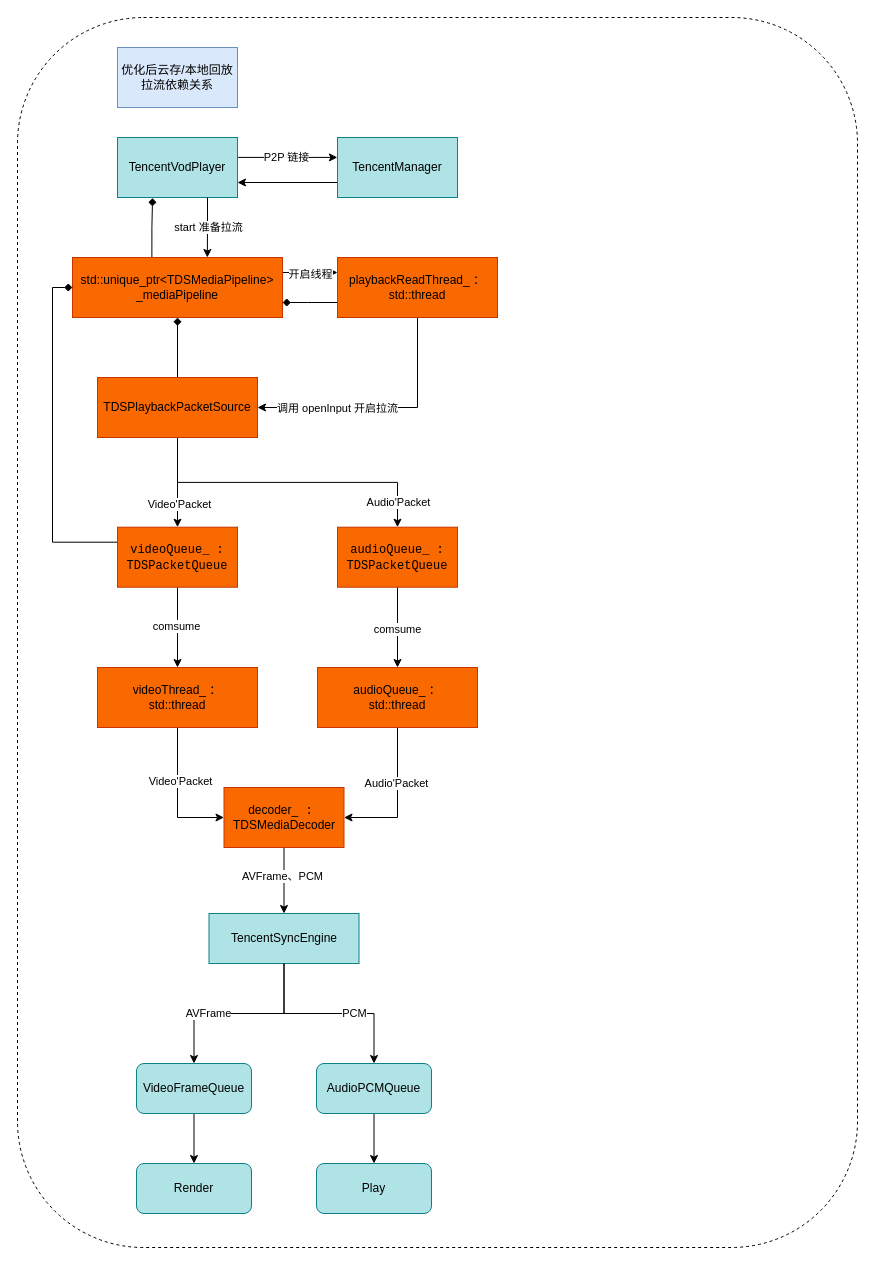
The draw.io diagram Tenda-安防/4+1 视图/云存、本地回放双缓存队列流程图.drawio in zhoujiedetian/Blogs, before the edit. Source tidied: cells renumbered, new cells numbered last; positions are measured from the earlier drawing's top-left corner, leaving out a move shared by most shapes. Both pictures are drawn from the tidied source at 100%, with x=0, y=0 at pixel (17, 17).
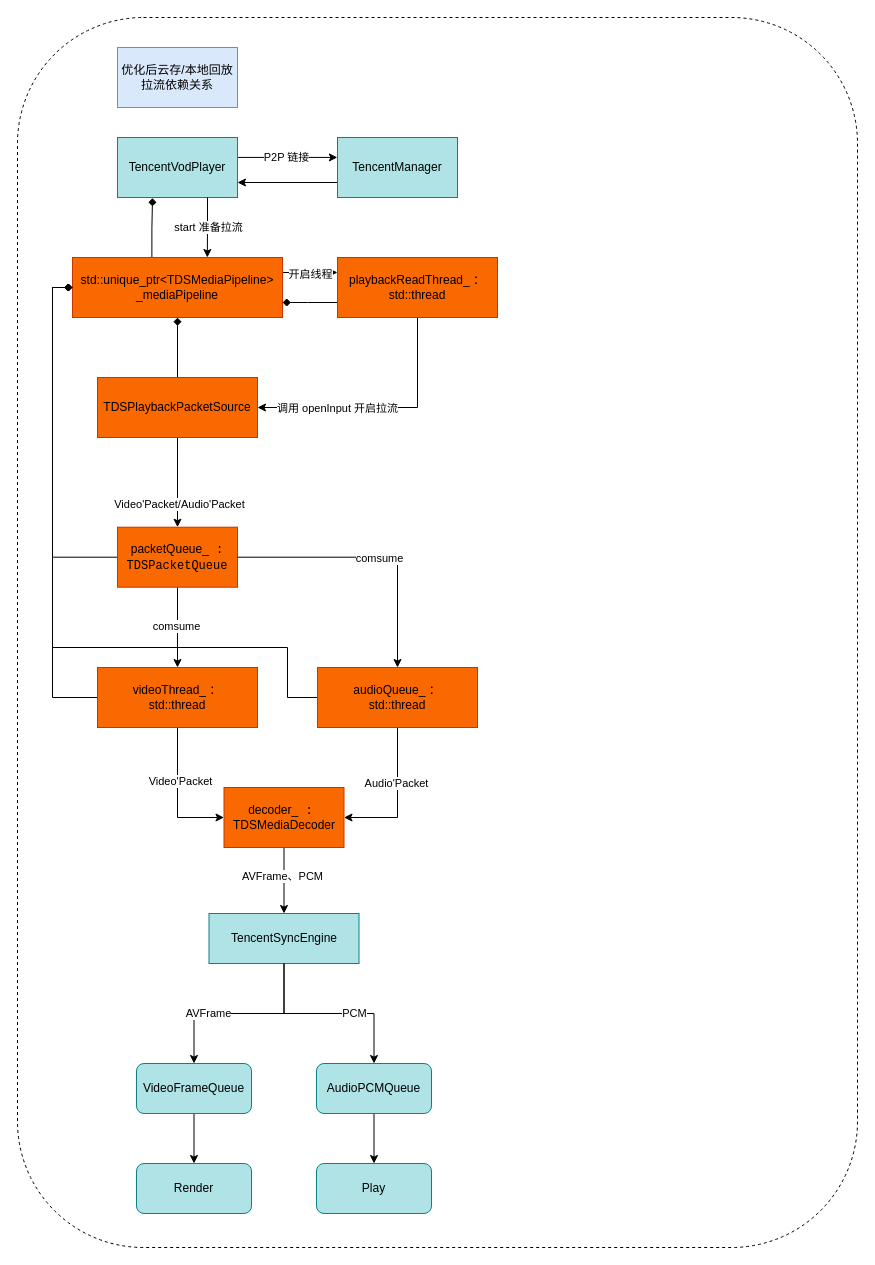
The same page after the edit.

Unchanged cells that the change refers to:
```xml
<mxCell id="11" value="&lt;span style=&quot;text-align: left;&quot; class=&quot;s1&quot;&gt;std&lt;/span&gt;&lt;span style=&quot;text-align: left;&quot;&gt;::&lt;/span&gt;&lt;span style=&quot;text-align: left;&quot; class=&quot;s1&quot;&gt;unique_ptr&lt;/span&gt;&lt;span style=&quot;text-align: left;&quot;&gt;&amp;lt;&lt;/span&gt;&lt;span style=&quot;text-align: left;&quot; class=&quot;s2&quot;&gt;TDSMediaPipeline&lt;/span&gt;&lt;span style=&quot;text-align: left;&quot;&gt;&amp;gt; _mediaPipeline&lt;/span&gt;" style="rounded=0;whiteSpace=wrap;html=1;fillColor=#fa6800;fontColor=#000000;strokeColor=#C73500;" parent="1" vertex="1">
  <mxGeometry x="55" y="240" width="210" height="60" as="geometry" />
</mxCell>
<mxCell id="13" style="edgeStyle=orthogonalEdgeStyle;rounded=0;jettySize=auto;html=1;exitX=0.5;exitY=1;exitDx=0;exitDy=0;entryX=0.5;entryY=0;entryDx=0;entryDy=0;" parent="1" edge="1" source="17" target="21">
  <mxGeometry relative="1" as="geometry" />
</mxCell>
<mxCell id="17" value="&lt;span style=&quot;text-align: left;&quot;&gt;TDSPlaybackPacketSource&lt;/span&gt;" style="rounded=0;whiteSpace=wrap;html=1;fillColor=#fa6800;fontColor=#000000;strokeColor=#C73500;" parent="1" vertex="1">
  <mxGeometry x="80" y="360" width="160" height="60" as="geometry" />
</mxCell>
<mxCell id="48" value="&lt;span style=&quot;text-align: left;&quot;&gt;videoThread_&lt;/span&gt;&lt;span style=&quot;text-align: left;&quot;&gt;&amp;nbsp;：&lt;/span&gt;&lt;div&gt;&lt;span style=&quot;text-align: left;&quot;&gt;std&lt;/span&gt;&lt;span style=&quot;text-align: left;&quot; class=&quot;s1&quot;&gt;::&lt;/span&gt;&lt;span style=&quot;text-align: left;&quot;&gt;thread&lt;/span&gt;&lt;span style=&quot;text-align: left;&quot;&gt;&lt;/span&gt;&lt;/div&gt;" style="rounded=0;whiteSpace=wrap;html=1;fillColor=#fa6800;fontColor=#000000;strokeColor=#C73500;" parent="1" vertex="1">
  <mxGeometry x="80" y="650" width="160" height="60" as="geometry" />
</mxCell>
<mxCell id="51" value="&lt;span style=&quot;text-align: left;&quot;&gt;audioQueue_&lt;/span&gt;&lt;span style=&quot;text-align: left;&quot;&gt;&amp;nbsp;：&lt;/span&gt;&lt;div&gt;&lt;span style=&quot;text-align: left;&quot;&gt;std&lt;/span&gt;&lt;span style=&quot;text-align: left;&quot; class=&quot;s1&quot;&gt;::&lt;/span&gt;&lt;span style=&quot;text-align: left;&quot;&gt;thread&lt;/span&gt;&lt;span style=&quot;text-align: left;&quot;&gt;&lt;/span&gt;&lt;/div&gt;" style="rounded=0;whiteSpace=wrap;html=1;fillColor=#fa6800;fontColor=#000000;strokeColor=#C73500;" parent="1" vertex="1">
  <mxGeometry x="300" y="650" width="160" height="60" as="geometry" />
</mxCell>
```

Diff of the diagram source:
```diff
@@
-    <mxCell id="14" value="Video'Packet" style="edgeLabel;html=1;align=center;verticalAlign=middle;" parent="13" vertex="1">
+    <mxCell id="14" value="Video'Packet/Audio'Packet" style="edgeLabel;html=1;align=center;verticalAlign=middle;" parent="13" vertex="1">
       <mxGeometry x="0.48" y="1" relative="1" as="geometry" />
     </mxCell>
-    <mxCell id="15" style="edgeStyle=orthogonalEdgeStyle;rounded=0;jettySize=auto;html=1;exitX=0.5;exitY=1;exitDx=0;exitDy=0;entryX=0.5;entryY=0;entryDx=0;entryDy=0;" parent="1" edge="1" source="17" target="24">
-      <mxGeometry relative="1" as="geometry" />
-    </mxCell>
-    <mxCell id="16" value="Audio'Packet" style="edgeLabel;html=1;align=center;verticalAlign=middle;" parent="15" vertex="1">
-      <mxGeometry x="0.74" y="-1" relative="1" as="geometry">
-        <mxPoint x="1" y="15" as="offset" />
-      </mxGeometry>
-    </mxCell>
@@
-    <mxCell id="18" style="edgeStyle=orthogonalEdgeStyle;rounded=0;jettySize=auto;html=1;exitX=0;exitY=0.25;exitDx=0;exitDy=0;entryX=0;entryY=0.5;entryDx=0;entryDy=0;endArrow=diamond;endFill=1;" parent="1" edge="1" source="21" target="11">
+    <mxCell id="18" style="edgeStyle=orthogonalEdgeStyle;rounded=0;jettySize=auto;html=1;exitX=0;exitY=0.5;exitDx=0;exitDy=0;entryX=0;entryY=0.5;entryDx=0;entryDy=0;endArrow=diamond;endFill=1;" parent="1" edge="1" source="21" target="11">
       <mxGeometry relative="1" as="geometry" />
     </mxCell>
@@
-    <mxCell id="21" value="&lt;code&gt;videoQueue_ : TDSPacketQueue&lt;/code&gt;" style="rounded=0;whiteSpace=wrap;html=1;fillColor=#fa6800;fontColor=#000000;strokeColor=#C73500;" parent="1" vertex="1">
+    <mxCell id="21" value="packetQueue_&lt;span style=&quot;font-family: monospace;&quot;&gt;&amp;nbsp;: TDSPacketQueue&lt;/span&gt;" style="rounded=0;whiteSpace=wrap;html=1;fillColor=#fa6800;fontColor=#000000;strokeColor=#C73500;" parent="1" vertex="1">
       <mxGeometry x="100" y="509.7" width="120" height="60" as="geometry" />
     </mxCell>
-    <mxCell id="22" style="edgeStyle=orthogonalEdgeStyle;rounded=0;jettySize=auto;html=1;exitX=0.5;exitY=1;exitDx=0;exitDy=0;entryX=0.5;entryY=0;entryDx=0;entryDy=0;" parent="1" edge="1" source="24" target="51">
+    <mxCell id="22" style="edgeStyle=orthogonalEdgeStyle;rounded=0;jettySize=auto;html=1;exitX=1;exitY=0.5;exitDx=0;exitDy=0;entryX=0.5;entryY=0;entryDx=0;entryDy=0;" parent="1" edge="1" source="21" target="51">
       <mxGeometry relative="1" as="geometry" />
     </mxCell>
@@
-    <mxCell id="24" value="&lt;code&gt;audioQueue_ : TDSPacketQueue&lt;/code&gt;" style="rounded=0;whiteSpace=wrap;html=1;fillColor=#fa6800;fontColor=#000000;strokeColor=#C73500;" parent="1" vertex="1">
-      <mxGeometry x="320" y="509.7" width="120" height="60" as="geometry" />
-    </mxCell>
@@
+    <mxCell id="52" style="edgeStyle=orthogonalEdgeStyle;rounded=0;jettySize=auto;html=1;exitX=0;exitY=0.5;exitDx=0;exitDy=0;entryX=0;entryY=0.5;entryDx=0;entryDy=0;endArrow=diamond;endFill=1;" parent="1" edge="1" source="48" target="11">
+      <mxGeometry relative="1" as="geometry" />
+    </mxCell>
@@
+    <mxCell id="53" style="edgeStyle=orthogonalEdgeStyle;rounded=0;jettySize=auto;html=1;exitX=0;exitY=0.5;exitDx=0;exitDy=0;entryX=0;entryY=0.5;entryDx=0;entryDy=0;endArrow=diamond;endFill=1;" parent="1" edge="1" source="51" target="11">
+      <mxGeometry relative="1" as="geometry">
+        <Array as="points">
+          <mxPoint x="270" y="680" />
+          <mxPoint x="270" y="630" />
+          <mxPoint x="35" y="630" />
+          <mxPoint x="35" y="270" />
+        </Array>
+      </mxGeometry>
+    </mxCell>
```
